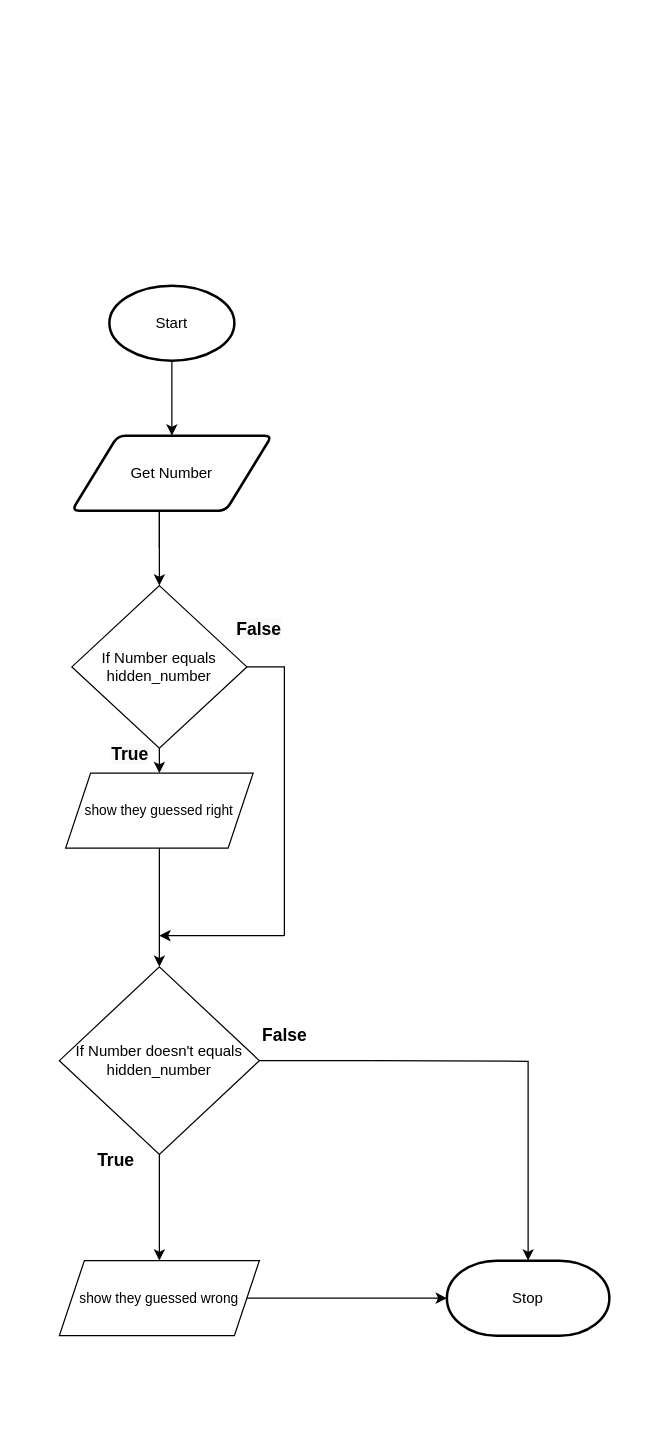
This is flowchart.drawio from Ethan-Prieur1/ICS3U-Unit4-04-Python, a draw.io file, before an edit. Source tidied: cells renumbered, new cells numbered last; positions are measured from the earlier drawing's top-left corner, leaving out a move shared by most shapes. Both pictures are drawn from the tidied source at 125%, with x=0, y=0 at pixel (59, 285).
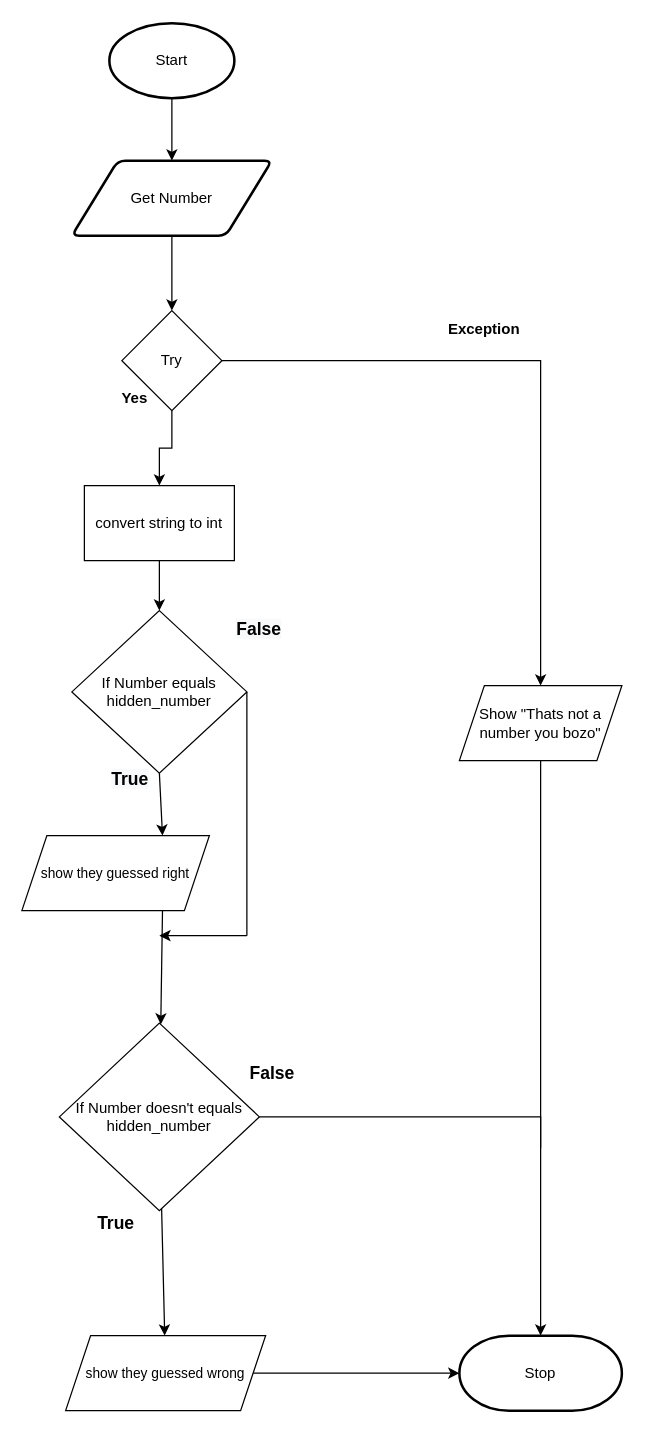
Above is the later version.

What changed in the source:
```diff
@@
     <mxCell id="3" value="Start" style="strokeWidth=2;html=1;shape=mxgraph.flowchart.start_1;whiteSpace=wrap;" parent="1" vertex="1">
-      <mxGeometry x="40" width="100" height="60" as="geometry" />
+      <mxGeometry x="40" y="-210" width="100" height="60" as="geometry" />
     </mxCell>
+    <mxCell id="24" style="edgeStyle=none;html=1;" parent="1" edge="1" source="4" target="28">
+      <mxGeometry relative="1" as="geometry" />
+    </mxCell>
     <mxCell id="4" value="Get Number" style="shape=parallelogram;html=1;strokeWidth=2;perimeter=parallelogramPerimeter;whiteSpace=wrap;rounded=1;arcSize=12;size=0.23;" parent="1" vertex="1">
-      <mxGeometry x="10" y="120" width="160" height="60" as="geometry" />
+      <mxGeometry x="10" y="-100" width="160" height="60" as="geometry" />
     </mxCell>
     <mxCell id="5" value="Stop" style="strokeWidth=2;html=1;shape=mxgraph.flowchart.terminator;whiteSpace=wrap;" parent="1" vertex="1">
-      <mxGeometry x="310" y="780" width="130" height="60" as="geometry" />
+      <mxGeometry x="320" y="840" width="130" height="60" as="geometry" />
     </mxCell>
     <mxCell id="6" value="If Number equals hidden_number" style="rhombus;whiteSpace=wrap;html=1;" parent="1" vertex="1">
-      <mxGeometry x="10" y="240" width="140" height="130" as="geometry" />
+      <mxGeometry x="10" y="260" width="140" height="130" as="geometry" />
     </mxCell>
@@
+    <mxCell id="25" style="edgeStyle=orthogonalEdgeStyle;rounded=0;html=1;entryX=0.5;entryY=0;entryDx=0;entryDy=0;entryPerimeter=0;" parent="1" edge="1" source="8" target="5">
+      <mxGeometry relative="1" as="geometry" />
+    </mxCell>
     <mxCell id="8" value="If Number doesn't equals hidden_number" style="rhombus;whiteSpace=wrap;html=1;" parent="1" vertex="1">
-      <mxGeometry y="545" width="160" height="150" as="geometry" />
+      <mxGeometry y="590" width="160" height="150" as="geometry" />
     </mxCell>
-    <mxCell id="9" style="endArrow=none;html=1;" parent="1" edge="1">
-      <mxGeometry relative="1" as="geometry">
-        <mxPoint x="80" y="210" as="sourcePoint" />
-        <mxPoint x="80" y="180" as="targetPoint" />
-      </mxGeometry>
-    </mxCell>
-    <mxCell id="10" style="endArrow=classic;html=1;rounded=1;labelBackgroundColor=default;fontFamily=Helvetica;fontSize=11;fontColor=default;strokeColor=default;elbow=vertical;" parent="1" edge="1" target="6">
-      <mxGeometry relative="1" as="geometry">
-        <mxPoint x="80" y="180" as="sourcePoint" />
-        <Array as="points">
-          <mxPoint x="80" y="210" />
-        </Array>
-      </mxGeometry>
-    </mxCell>
-    <mxCell id="11" style="edgeStyle=none;rounded=1;html=1;labelBackgroundColor=default;fontFamily=Helvetica;fontSize=11;fontColor=default;endArrow=classic;strokeColor=default;elbow=vertical;" parent="1" edge="1" source="12" target="8">
+    <mxCell id="11" style="edgeStyle=none;rounded=1;html=1;labelBackgroundColor=default;fontFamily=Helvetica;fontSize=11;fontColor=default;endArrow=classic;strokeColor=default;elbow=vertical;exitX=0.75;exitY=1;exitDx=0;exitDy=0;" parent="1" edge="1" source="12" target="8">
       <mxGeometry relative="1" as="geometry" />
     </mxCell>
     <mxCell id="12" value="show they guessed right" style="shape=parallelogram;perimeter=parallelogramPerimeter;whiteSpace=wrap;html=1;fixedSize=1;fontFamily=Helvetica;fontSize=11;fontColor=default;" parent="1" vertex="1">
-      <mxGeometry x="5" y="390" width="150" height="60" as="geometry" />
+      <mxGeometry x="-30" y="440" width="150" height="60" as="geometry" />
     </mxCell>
@@
     <mxCell id="14" value="show they guessed wrong" style="shape=parallelogram;perimeter=parallelogramPerimeter;whiteSpace=wrap;html=1;fixedSize=1;fontFamily=Helvetica;fontSize=11;fontColor=default;" parent="1" vertex="1">
-      <mxGeometry y="780" width="160" height="60" as="geometry" />
+      <mxGeometry x="5" y="840" width="160" height="60" as="geometry" />
     </mxCell>
-    <mxCell id="15" style="endArrow=classic;html=1;rounded=1;labelBackgroundColor=default;fontFamily=Helvetica;fontSize=11;fontColor=default;strokeColor=default;elbow=vertical;exitX=0.5;exitY=1;exitDx=0;exitDy=0;entryX=0.5;entryY=0;entryDx=0;entryDy=0;" parent="1" edge="1" source="6" target="12">
+    <mxCell id="15" style="endArrow=classic;html=1;rounded=1;labelBackgroundColor=default;fontFamily=Helvetica;fontSize=11;fontColor=default;strokeColor=default;elbow=vertical;exitX=0.5;exitY=1;exitDx=0;exitDy=0;entryX=0.75;entryY=0;entryDx=0;entryDy=0;" parent="1" edge="1" source="6" target="12">
       <mxGeometry relative="1" as="geometry" />
     </mxCell>
-    <mxCell id="16" style="endArrow=none;html=1;rounded=0;labelBackgroundColor=default;fontFamily=Helvetica;fontSize=11;fontColor=default;strokeColor=default;elbow=vertical;exitX=1;exitY=0.5;exitDx=0;exitDy=0;" parent="1" edge="1" source="6">
-      <mxGeometry relative="1" as="geometry">
-        <mxPoint x="180" y="510" as="targetPoint" />
-        <Array as="points">
-          <mxPoint x="180" y="305" />
-          <mxPoint x="180" y="520" />
-        </Array>
-      </mxGeometry>
-    </mxCell>
     <mxCell id="17" style="endArrow=classic;html=1;rounded=1;labelBackgroundColor=default;fontFamily=Helvetica;fontSize=11;fontColor=default;strokeColor=default;elbow=vertical;" parent="1" edge="1">
       <mxGeometry relative="1" as="geometry">
-        <mxPoint x="180" y="520" as="sourcePoint" />
+        <mxPoint x="150" y="520" as="sourcePoint" />
         <mxPoint x="80" y="520" as="targetPoint" />
       </mxGeometry>
     </mxCell>
-    <mxCell id="18" style="endArrow=none;html=1;rounded=0;labelBackgroundColor=default;fontFamily=Helvetica;fontSize=11;fontColor=default;strokeColor=default;elbow=vertical;exitX=1;exitY=0.5;exitDx=0;exitDy=0;" parent="1" edge="1" source="8">
-      <mxGeometry relative="1" as="geometry">
-        <mxPoint x="250" y="620" as="targetPoint" />
-      </mxGeometry>
-    </mxCell>
-    <mxCell id="19" style="endArrow=classic;html=1;rounded=0;labelBackgroundColor=default;fontFamily=Helvetica;fontSize=11;fontColor=default;strokeColor=default;elbow=vertical;entryX=0.5;entryY=0;entryDx=0;entryDy=0;entryPerimeter=0;edgeStyle=orthogonalEdgeStyle;" parent="1" edge="1" target="5">
-      <mxGeometry relative="1" as="geometry">
-        <mxPoint x="250" y="620" as="sourcePoint" />
-      </mxGeometry>
-    </mxCell>
     <mxCell id="20" value="&lt;font style=&quot;font-size: 14px&quot;&gt;&lt;b&gt;False&lt;/b&gt;&lt;/font&gt;" style="text;html=1;align=center;verticalAlign=middle;strokeColor=none;fillColor=none;fontSize=11;fontFamily=Helvetica;fontColor=default;" parent="1" vertex="1">
-      <mxGeometry x="155" y="590" width="50" height="20" as="geometry" />
+      <mxGeometry x="145" y="620" width="50" height="20" as="geometry" />
     </mxCell>
@@
     <mxCell id="22" value="&lt;b&gt;True&lt;/b&gt;" style="text;html=1;align=center;verticalAlign=middle;strokeColor=none;fillColor=none;fontSize=14;fontFamily=Helvetica;fontColor=default;" parent="1" vertex="1">
-      <mxGeometry x="20" y="690" width="50" height="20" as="geometry" />
+      <mxGeometry x="20" y="740" width="50" height="20" as="geometry" />
     </mxCell>
     <mxCell id="23" value="&lt;b style=&quot;color: rgb(0, 0, 0); font-family: helvetica; font-size: 14px; font-style: normal; letter-spacing: normal; text-align: center; text-indent: 0px; text-transform: none; word-spacing: 0px; background-color: rgb(248, 249, 250);&quot;&gt;True&lt;/b&gt;" style="text;whiteSpace=wrap;html=1;fontSize=14;fontFamily=Helvetica;fontColor=default;" parent="1" vertex="1">
-      <mxGeometry x="40" y="360" width="60" height="30" as="geometry" />
+      <mxGeometry x="40" y="380" width="60" height="30" as="geometry" />
     </mxCell>
+    <mxCell id="26" style="endArrow=none;html=1;exitX=1;exitY=0.5;exitDx=0;exitDy=0;" parent="1" edge="1" source="6">
+      <mxGeometry relative="1" as="geometry">
+        <mxPoint x="150" y="520" as="targetPoint" />
+        <Array as="points">
+          <mxPoint x="150" y="450" />
+        </Array>
+      </mxGeometry>
+    </mxCell>
+    <mxCell id="27" style="edgeStyle=orthogonalEdgeStyle;rounded=0;html=1;" parent="1" edge="1" source="28" target="34">
+      <mxGeometry relative="1" as="geometry" />
+    </mxCell>
+    <mxCell id="28" value="Try" style="rhombus;whiteSpace=wrap;html=1;" parent="1" vertex="1">
+      <mxGeometry x="50" y="20" width="80" height="80" as="geometry" />
+    </mxCell>
+    <mxCell id="29" value="&lt;b&gt;Yes&lt;/b&gt;" style="text;html=1;align=center;verticalAlign=middle;strokeColor=none;fillColor=none;" parent="1" vertex="1">
+      <mxGeometry x="40" y="80" width="40" height="20" as="geometry" />
+    </mxCell>
+    <mxCell id="30" value="&lt;b&gt;Exception&lt;/b&gt;" style="text;html=1;strokeColor=none;fillColor=none;align=center;verticalAlign=middle;whiteSpace=wrap;rounded=0;" parent="1" vertex="1">
+      <mxGeometry x="310" y="20" width="60" height="30" as="geometry" />
+    </mxCell>
+    <mxCell id="31" value="Show &quot;Thats not a number you bozo&quot;" style="shape=parallelogram;perimeter=parallelogramPerimeter;whiteSpace=wrap;html=1;fixedSize=1;" parent="1" vertex="1">
+      <mxGeometry x="320" y="320" width="130" height="60" as="geometry" />
+    </mxCell>
+    <mxCell id="32" style="endArrow=classic;html=1;exitX=1;exitY=0.5;exitDx=0;exitDy=0;entryX=0.5;entryY=0;entryDx=0;entryDy=0;edgeStyle=orthogonalEdgeStyle;rounded=0;" parent="1" edge="1" source="28" target="31">
+      <mxGeometry relative="1" as="geometry" />
+    </mxCell>
+    <mxCell id="33" style="edgeStyle=orthogonalEdgeStyle;rounded=0;html=1;" parent="1" edge="1" source="34" target="6">
+      <mxGeometry relative="1" as="geometry" />
+    </mxCell>
+    <mxCell id="34" value="convert string to int" style="whiteSpace=wrap;html=1;" parent="1" vertex="1">
+      <mxGeometry x="20" y="160" width="120" height="60" as="geometry" />
+    </mxCell>
+    <mxCell id="35" style="endArrow=none;html=1;rounded=0;exitX=0.5;exitY=1;exitDx=0;exitDy=0;" parent="1" edge="1" source="31">
+      <mxGeometry relative="1" as="geometry">
+        <mxPoint x="385" y="690" as="targetPoint" />
+      </mxGeometry>
+    </mxCell>
```
